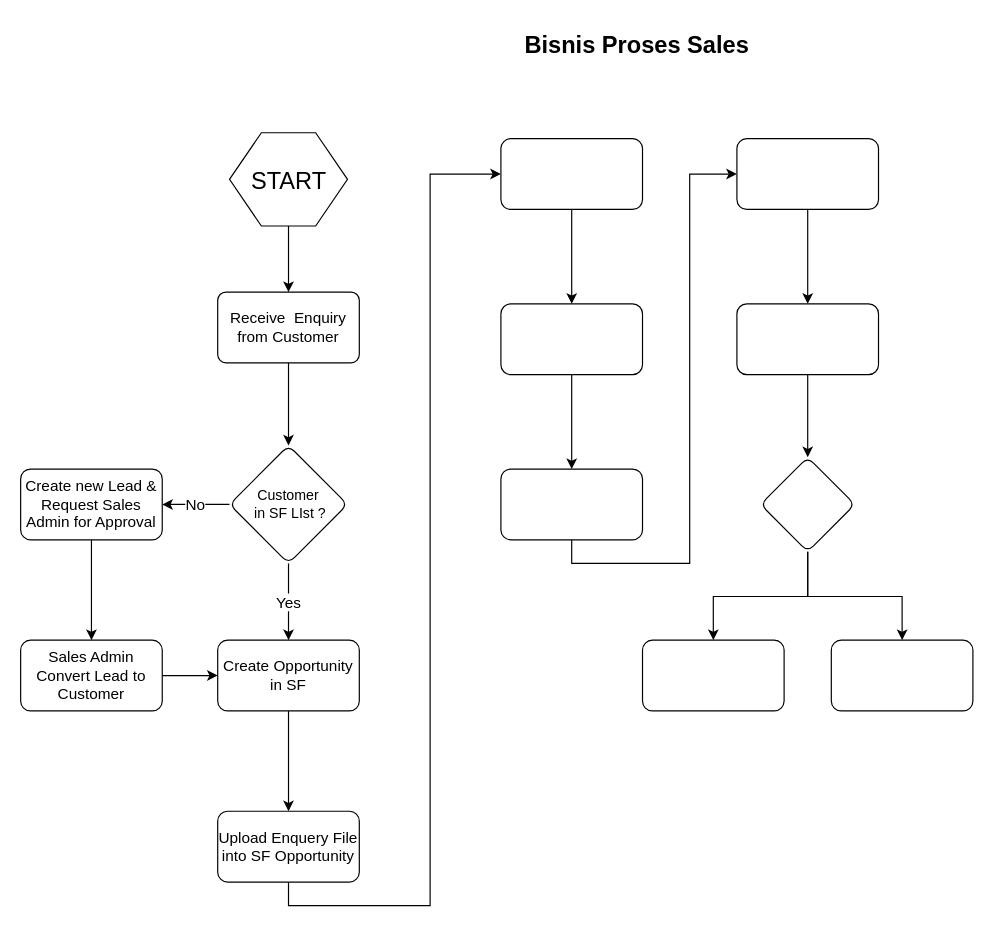
Above: diagram-flow-salesforce.drawio in ngulik-bareng/SalesForce-Diagram (draw.io), before the change. Source tidied: cells renumbered, new cells numbered last; positions are measured from the earlier drawing's top-left corner, leaving out a move shared by most shapes. Both pictures are drawn from the tidied source at 118%, with x=0, y=0 at pixel (20, 20).
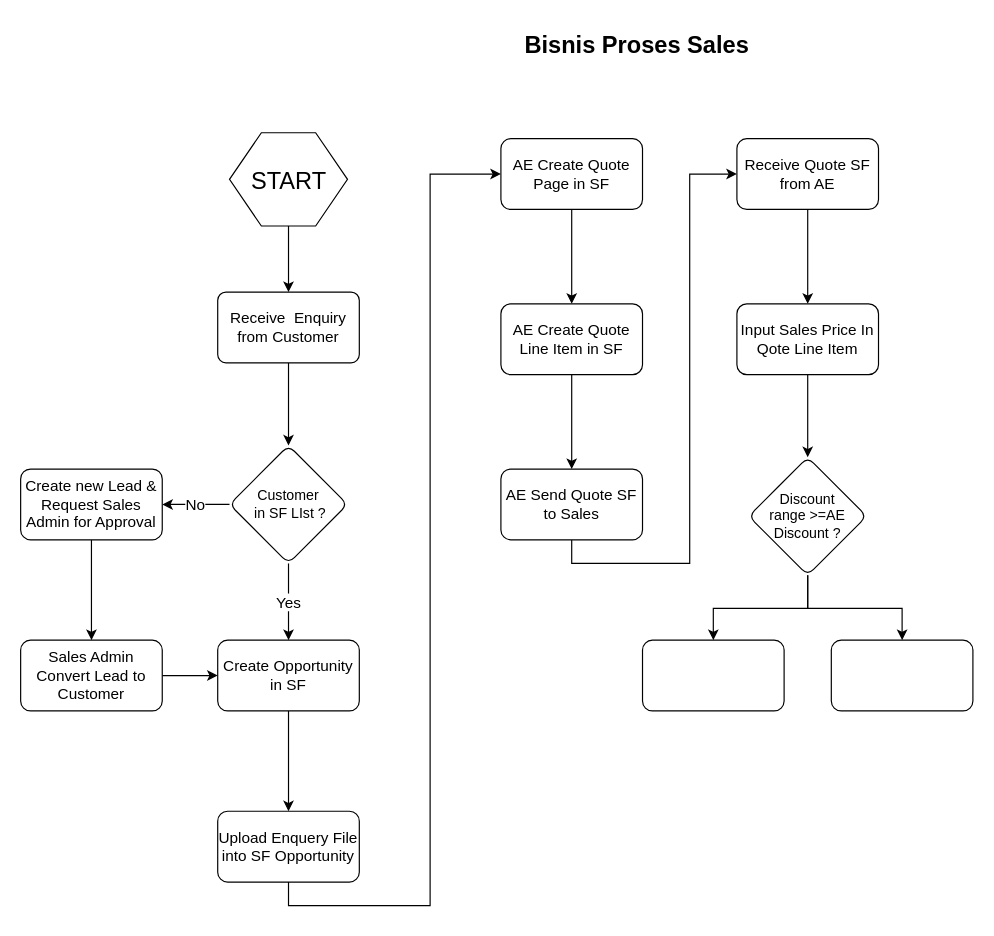
Above is the later version.

The edit, as a diff of the source:
```diff
@@
-    <mxCell id="19" style="rounded=1;whiteSpace=wrap;html=1;fontSize=13;arcSize=14;strokeWidth=1;" parent="1" vertex="1">
+    <mxCell id="19" value="AE Create Quote Page in SF" style="rounded=1;whiteSpace=wrap;html=1;fontSize=13;arcSize=14;strokeWidth=1;" parent="1" vertex="1">
       <mxGeometry x="407" y="100" width="120" height="60" as="geometry" />
     </mxCell>
@@
-    <mxCell id="21" style="rounded=1;whiteSpace=wrap;html=1;fontSize=13;arcSize=14;strokeWidth=1;" parent="1" vertex="1">
+    <mxCell id="21" value="AE Create Quote Line Item in SF" style="rounded=1;whiteSpace=wrap;html=1;fontSize=13;arcSize=14;strokeWidth=1;" parent="1" vertex="1">
       <mxGeometry x="407" y="240" width="120" height="60" as="geometry" />
     </mxCell>
@@
-    <mxCell id="23" style="rounded=1;whiteSpace=wrap;html=1;fontSize=13;arcSize=14;strokeWidth=1;" parent="1" vertex="1">
+    <mxCell id="23" value="AE Send Quote SF to Sales" style="rounded=1;whiteSpace=wrap;html=1;fontSize=13;arcSize=14;strokeWidth=1;" parent="1" vertex="1">
       <mxGeometry x="407" y="380" width="120" height="60" as="geometry" />
     </mxCell>
@@
-    <mxCell id="25" style="whiteSpace=wrap;html=1;fontSize=13;rounded=1;arcSize=14;strokeWidth=1;" parent="1" vertex="1">
+    <mxCell id="25" value="Receive Quote SF from AE" style="whiteSpace=wrap;html=1;fontSize=13;rounded=1;arcSize=14;strokeWidth=1;" parent="1" vertex="1">
       <mxGeometry x="607" y="100" width="120" height="60" as="geometry" />
     </mxCell>
@@
-    <mxCell id="27" style="whiteSpace=wrap;html=1;fontSize=13;rounded=1;arcSize=14;strokeWidth=1;" parent="1" vertex="1">
+    <mxCell id="27" value="Input Sales Price In Qote Line Item" style="whiteSpace=wrap;html=1;fontSize=13;rounded=1;arcSize=14;strokeWidth=1;" parent="1" vertex="1">
       <mxGeometry x="607" y="240" width="120" height="60" as="geometry" />
     </mxCell>
@@
-    <mxCell id="30" style="rhombus;whiteSpace=wrap;html=1;fontSize=13;rounded=1;arcSize=14;strokeWidth=1;" parent="1" vertex="1">
-      <mxGeometry x="627" y="370" width="80" height="80" as="geometry" />
+    <mxCell id="30" value="Discount&lt;br&gt;range &amp;gt;=AE Discount ?" style="rhombus;whiteSpace=wrap;html=1;fontSize=12;rounded=1;arcSize=14;strokeWidth=1;" parent="1" vertex="1">
+      <mxGeometry x="617" y="370" width="100" height="100" as="geometry" />
     </mxCell>
```
